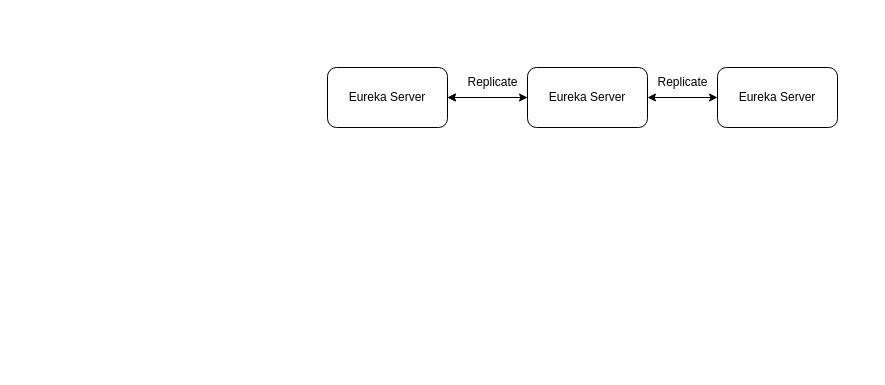
The draw.io diagram 未命名绘图.drawio in business10/lynch, before the edit. Source tidied: cells renumbered, new cells numbered last; positions are measured from the earlier drawing's top-left corner, leaving out a move shared by most shapes. Both pictures are drawn from the tidied source at 100%, with x=0, y=0 at pixel (327, 67).
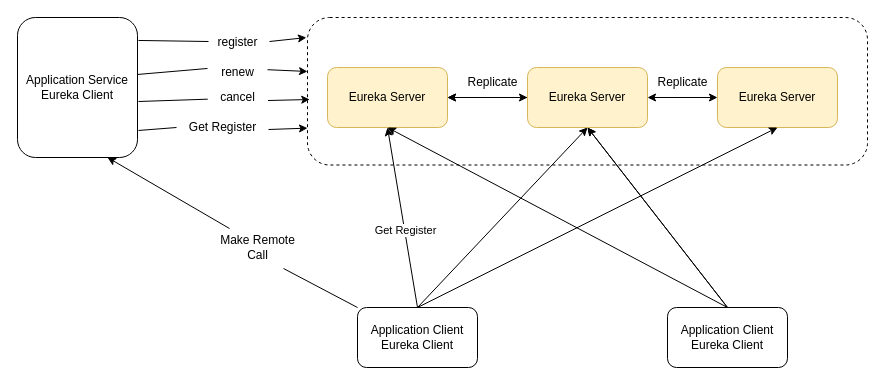
The same diagram, later.

What changed in the source:
```diff
@@
+    <mxCell id="10" style="rounded=1;whiteSpace=wrap;html=1;sketch=0;dashed=1;" parent="1" vertex="1">
+      <mxGeometry x="-20" y="-50" width="560" height="147.5" as="geometry" />
+    </mxCell>
-    <mxCell id="2" value="Eureka Server" style="rounded=1;whiteSpace=wrap;html=1;" parent="1" vertex="1">
+    <mxCell id="2" value="Eureka Server" style="rounded=1;whiteSpace=wrap;html=1;fillColor=#fff2cc;strokeColor=#d6b656;" parent="1" vertex="1">
       <mxGeometry width="120" height="60" as="geometry" />
     </mxCell>
@@
-    <mxCell id="4" value="Eureka Server" style="rounded=1;whiteSpace=wrap;html=1;" parent="1" vertex="1">
+    <mxCell id="4" value="Eureka Server" style="rounded=1;whiteSpace=wrap;html=1;fillColor=#fff2cc;strokeColor=#d6b656;" parent="1" vertex="1">
       <mxGeometry x="200" width="120" height="60" as="geometry" />
     </mxCell>
@@
-    <mxCell id="6" value="Eureka Server" style="rounded=1;whiteSpace=wrap;html=1;" parent="1" vertex="1">
+    <mxCell id="6" value="Eureka Server" style="rounded=1;whiteSpace=wrap;html=1;fillColor=#fff2cc;strokeColor=#d6b656;" parent="1" vertex="1">
       <mxGeometry x="390" width="120" height="60" as="geometry" />
     </mxCell>
@@
+    <mxCell id="11" value="Application Client&lt;br&gt;Eureka Client" style="rounded=1;whiteSpace=wrap;html=1;" parent="1" vertex="1">
+      <mxGeometry x="30" y="240" width="120" height="60" as="geometry" />
+    </mxCell>
+    <mxCell id="12" value="Application Client&lt;br&gt;Eureka Client" style="rounded=1;whiteSpace=wrap;html=1;" parent="1" vertex="1">
+      <mxGeometry x="340" y="240" width="120" height="60" as="geometry" />
+    </mxCell>
+    <mxCell id="13" style="endArrow=classic;html=1;rounded=0;exitX=0.5;exitY=0;exitDx=0;exitDy=0;entryX=0.5;entryY=1;entryDx=0;entryDy=0;" parent="1" edge="1" source="11" target="2">
+      <mxGeometry relative="1" as="geometry" />
+    </mxCell>
+    <mxCell id="14" value="&lt;div&gt;Get Register&lt;/div&gt;" style="edgeLabel;html=1;align=center;verticalAlign=middle;" parent="13" vertex="1">
+      <mxGeometry x="-0.13" relative="1" as="geometry" />
+    </mxCell>
+    <mxCell id="15" style="endArrow=classic;html=1;rounded=0;exitX=0.5;exitY=0;exitDx=0;exitDy=0;entryX=0.5;entryY=1;entryDx=0;entryDy=0;" parent="1" edge="1" source="11" target="4">
+      <mxGeometry relative="1" as="geometry" />
+    </mxCell>
+    <mxCell id="16" style="endArrow=classic;html=1;rounded=0;exitX=0.5;exitY=0;exitDx=0;exitDy=0;entryX=0.5;entryY=1;entryDx=0;entryDy=0;" parent="1" edge="1" source="11" target="6">
+      <mxGeometry relative="1" as="geometry" />
+    </mxCell>
+    <mxCell id="17" style="endArrow=classic;html=1;rounded=0;exitX=0.5;exitY=0;exitDx=0;exitDy=0;entryX=0.5;entryY=1;entryDx=0;entryDy=0;" parent="1" edge="1" source="12" target="2">
+      <mxGeometry relative="1" as="geometry" />
+    </mxCell>
+    <mxCell id="18" style="endArrow=classic;html=1;rounded=0;exitX=0.5;exitY=0;exitDx=0;exitDy=0;entryX=0.5;entryY=1;entryDx=0;entryDy=0;" parent="1" edge="1" source="12" target="4">
+      <mxGeometry relative="1" as="geometry" />
+    </mxCell>
+    <mxCell id="19" style="endArrow=classic;html=1;rounded=0;exitX=0.5;exitY=0;exitDx=0;exitDy=0;entryX=0.5;entryY=1;entryDx=0;entryDy=0;" parent="1" edge="1" source="12" target="4">
+      <mxGeometry relative="1" as="geometry" />
+    </mxCell>
+    <mxCell id="20" value="&lt;div&gt;Application Service&lt;br&gt;&lt;/div&gt;&lt;div&gt;Eureka Client&lt;/div&gt;" style="rounded=1;whiteSpace=wrap;html=1;" parent="1" vertex="1">
+      <mxGeometry x="-310" y="-50" width="120" height="140" as="geometry" />
+    </mxCell>
+    <mxCell id="21" style="endArrow=classic;html=1;rounded=0;exitX=0.22;exitY=0.025;exitDx=0;exitDy=0;entryX=0.75;entryY=1;entryDx=0;entryDy=0;startArrow=none;exitPerimeter=0;" parent="1" edge="1" source="22" target="20">
+      <mxGeometry relative="1" as="geometry" />
+    </mxCell>
+    <mxCell id="22" value="&lt;div&gt;Make Remote&lt;/div&gt;&lt;div&gt;Call&lt;br&gt;&lt;/div&gt;" style="text;html=1;align=center;verticalAlign=middle;points=[];strokeColor=none;fillColor=none;" parent="1" vertex="1">
+      <mxGeometry x="-120" y="160" width="100" height="40" as="geometry" />
+    </mxCell>
+    <mxCell id="23" style="endArrow=none;html=1;rounded=0;exitX=0;exitY=0;exitDx=0;exitDy=0;entryX=0.76;entryY=1.025;entryDx=0;entryDy=0;entryPerimeter=0;" parent="1" edge="1" source="11" target="22">
+      <mxGeometry relative="1" as="geometry" />
+    </mxCell>
+    <mxCell id="24" style="endArrow=classic;html=1;rounded=0;entryX=-0.002;entryY=0.136;entryDx=0;entryDy=0;exitX=1.033;exitY=0.467;exitDx=0;exitDy=0;exitPerimeter=0;startArrow=none;entryPerimeter=0;" parent="1" edge="1" source="25" target="10">
+      <mxGeometry relative="1" as="geometry" />
+    </mxCell>
+    <mxCell id="25" value="register" style="text;html=1;align=center;verticalAlign=middle;points=[];strokeColor=none;fillColor=none;" parent="1" vertex="1">
+      <mxGeometry x="-120" y="-40" width="60" height="30" as="geometry" />
+    </mxCell>
+    <mxCell id="26" style="endArrow=none;html=1;rounded=0;entryX=0.017;entryY=0.467;entryDx=0;entryDy=0;exitX=1.008;exitY=0.164;exitDx=0;exitDy=0;exitPerimeter=0;entryPerimeter=0;" parent="1" edge="1" source="20" target="25">
+      <mxGeometry relative="1" as="geometry" />
+    </mxCell>
+    <mxCell id="27" style="endArrow=classic;html=1;rounded=0;entryX=0;entryY=0.366;entryDx=0;entryDy=0;entryPerimeter=0;exitX=1;exitY=0.407;exitDx=0;exitDy=0;exitPerimeter=0;startArrow=none;" parent="1" edge="1" source="30" target="10">
+      <mxGeometry relative="1" as="geometry" />
+    </mxCell>
+    <mxCell id="28" style="endArrow=classic;html=1;rounded=0;entryX=0.004;entryY=0.556;entryDx=0;entryDy=0;exitX=1.008;exitY=0.6;exitDx=0;exitDy=0;exitPerimeter=0;entryPerimeter=0;startArrow=none;" parent="1" edge="1" source="32" target="10">
+      <mxGeometry relative="1" as="geometry" />
+    </mxCell>
+    <mxCell id="29" style="endArrow=classic;html=1;rounded=0;entryX=0;entryY=0.75;entryDx=0;entryDy=0;exitX=1.011;exitY=0.567;exitDx=0;exitDy=0;exitPerimeter=0;startArrow=none;" parent="1" edge="1" source="34" target="10">
+      <mxGeometry relative="1" as="geometry" />
+    </mxCell>
+    <mxCell id="30" value="renew" style="text;html=1;align=center;verticalAlign=middle;points=[];strokeColor=none;fillColor=none;" parent="1" vertex="1">
+      <mxGeometry x="-120" y="-10" width="60" height="30" as="geometry" />
+    </mxCell>
+    <mxCell id="31" style="endArrow=none;html=1;rounded=0;entryX=0;entryY=0.366;entryDx=0;entryDy=0;entryPerimeter=0;exitX=1;exitY=0.407;exitDx=0;exitDy=0;exitPerimeter=0;" parent="1" edge="1" source="20" target="30">
+      <mxGeometry relative="1" as="geometry" />
+    </mxCell>
+    <mxCell id="32" value="cancel" style="text;html=1;align=center;verticalAlign=middle;points=[];strokeColor=none;fillColor=none;" parent="1" vertex="1">
+      <mxGeometry x="-120" y="15" width="60" height="30" as="geometry" />
+    </mxCell>
+    <mxCell id="33" style="endArrow=none;html=1;rounded=0;entryX=0.004;entryY=0.556;entryDx=0;entryDy=0;exitX=1.008;exitY=0.6;exitDx=0;exitDy=0;exitPerimeter=0;entryPerimeter=0;" parent="1" edge="1" source="20" target="32">
+      <mxGeometry relative="1" as="geometry" />
+    </mxCell>
+    <mxCell id="34" value="Get Register" style="text;html=1;align=center;verticalAlign=middle;points=[];strokeColor=none;fillColor=none;" parent="1" vertex="1">
+      <mxGeometry x="-150" y="45" width="90" height="30" as="geometry" />
+    </mxCell>
+    <mxCell id="35" style="endArrow=none;html=1;rounded=0;entryX=-0.011;entryY=0.5;entryDx=0;entryDy=0;exitX=1.008;exitY=0.807;exitDx=0;exitDy=0;exitPerimeter=0;entryPerimeter=0;" parent="1" edge="1" source="20" target="34">
+      <mxGeometry relative="1" as="geometry" />
+    </mxCell>
```
